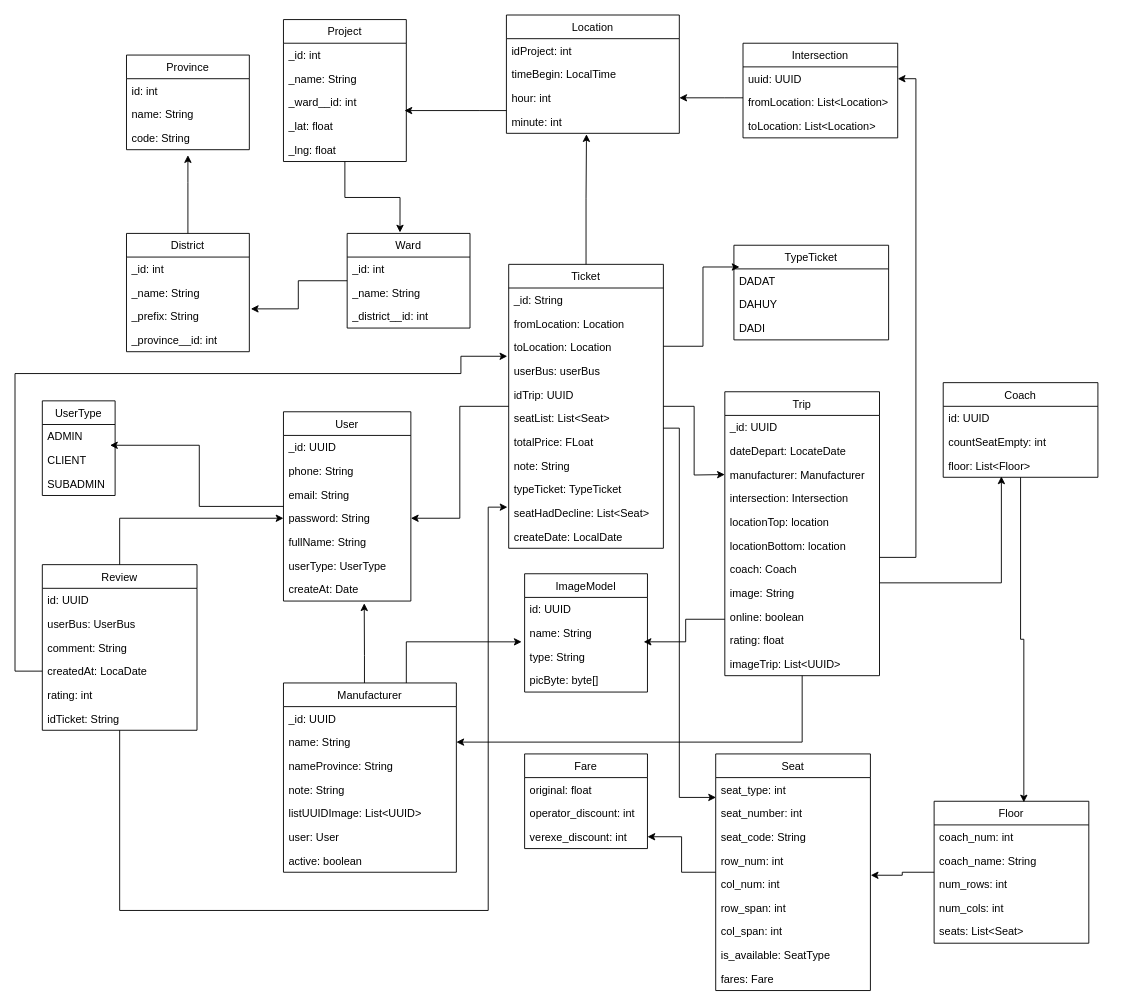
Earlier version of the draw.io diagram Untitled Diagram.drawio (quannguyen1999/manage-disks). Source tidied: cells renumbered, new cells numbered last; positions are measured from the earlier drawing's top-left corner, leaving out a move shared by most shapes. Both pictures are drawn from the tidied source at 91%, with x=0, y=0 at pixel (15, 15).
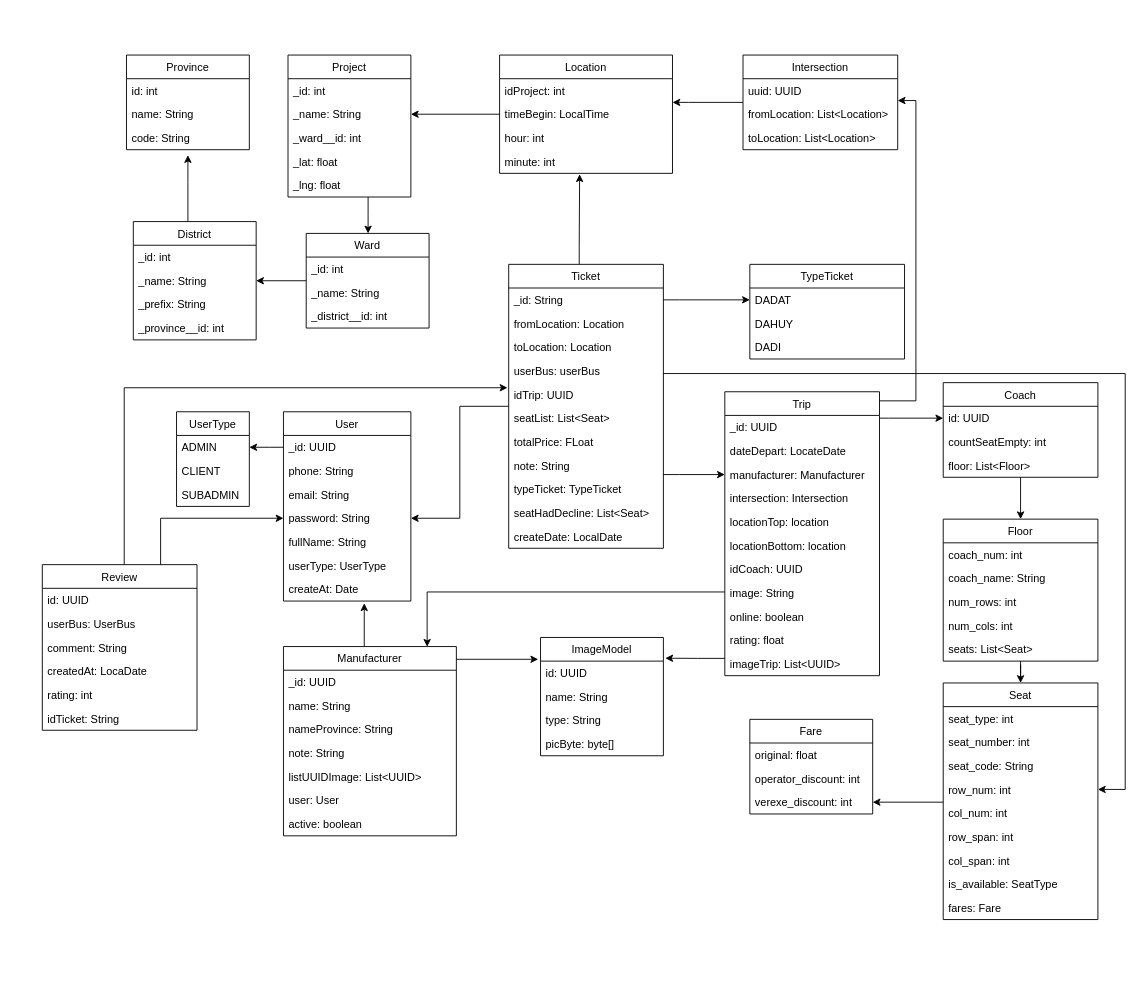
The same page after the edit.

The change refers to these unchanged cells:
```xml
<mxCell id="3" value="ADMIN" style="text;strokeColor=none;fillColor=none;align=left;verticalAlign=top;spacingLeft=4;spacingRight=4;overflow=hidden;points=[[0,0.5],[1,0.5]];portConstraint=eastwest;" parent="2" vertex="1">
<mxCell id="4" value="CLIENT" style="text;strokeColor=none;fillColor=none;align=left;verticalAlign=top;spacingLeft=4;spacingRight=4;overflow=hidden;points=[[0,0.5],[1,0.5]];portConstraint=eastwest;" parent="2" vertex="1">
<mxCell id="7" value="User" style="swimlane;fontStyle=0;horizontal=1;startSize=26;fillColor=none;" parent="1" vertex="1">
<mxCell id="11" value="password: String" style="text;strokeColor=none;fillColor=none;align=left;verticalAlign=top;spacingLeft=4;spacingRight=4;overflow=hidden;points=[[0,0.5],[1,0.5]];portConstraint=eastwest;" parent="7" vertex="1">
<mxCell id="23" value="_name: String" style="text;strokeColor=none;fillColor=none;align=left;verticalAlign=top;spacingLeft=4;spacingRight=4;overflow=hidden;points=[[0,0.5],[1,0.5]];portConstraint=eastwest;" parent="21" vertex="1">
<mxCell id="24" value="_prefix: String" style="text;strokeColor=none;fillColor=none;align=left;verticalAlign=top;spacingLeft=4;spacingRight=4;overflow=hidden;points=[[0,0.5],[1,0.5]];portConstraint=eastwest;" parent="21" vertex="1">
<mxCell id="33" value="_name: String" style="text;strokeColor=none;fillColor=none;align=left;verticalAlign=top;spacingLeft=4;spacingRight=4;overflow=hidden;points=[[0,0.5],[1,0.5]];portConstraint=eastwest;" parent="31" vertex="1">
<mxCell id="35" value="_lat: float" style="text;strokeColor=none;fillColor=none;align=left;verticalAlign=top;spacingLeft=4;spacingRight=4;overflow=hidden;points=[[0,0.5],[1,0.5]];portConstraint=eastwest;" parent="31" vertex="1">
<mxCell id="38" value="id: UUID" style="text;strokeColor=none;fillColor=none;align=left;verticalAlign=top;spacingLeft=4;spacingRight=4;overflow=hidden;points=[[0,0.5],[1,0.5]];portConstraint=eastwest;" parent="37" vertex="1">
<mxCell id="40" value="type: String" style="text;strokeColor=none;fillColor=none;align=left;verticalAlign=top;spacingLeft=4;spacingRight=4;overflow=hidden;points=[[0,0.5],[1,0.5]];portConstraint=eastwest;" parent="37" vertex="1">
<mxCell id="46" value="name: String" style="text;strokeColor=none;fillColor=none;align=left;verticalAlign=top;spacingLeft=4;spacingRight=4;overflow=hidden;points=[[0,0.5],[1,0.5]];portConstraint=eastwest;" parent="44" vertex="1">
<mxCell id="57" value="minute: int" style="text;strokeColor=none;fillColor=none;align=left;verticalAlign=top;spacingLeft=4;spacingRight=4;overflow=hidden;points=[[0,0.5],[1,0.5]];portConstraint=eastwest;" parent="53" vertex="1">
<mxCell id="60" value="uuid: UUID" style="text;strokeColor=none;fillColor=none;align=left;verticalAlign=top;spacingLeft=4;spacingRight=4;overflow=hidden;points=[[0,0.5],[1,0.5]];portConstraint=eastwest;" parent="59" vertex="1">
<mxCell id="61" value="fromLocation: List&lt;Location&gt;" style="text;strokeColor=none;fillColor=none;align=left;verticalAlign=top;spacingLeft=4;spacingRight=4;overflow=hidden;points=[[0,0.5],[1,0.5]];portConstraint=eastwest;" parent="59" vertex="1">
<mxCell id="65" value="seat_type: int" style="text;strokeColor=none;fillColor=none;align=left;verticalAlign=top;spacingLeft=4;spacingRight=4;overflow=hidden;points=[[0,0.5],[1,0.5]];portConstraint=eastwest;" parent="64" vertex="1">
<mxCell id="68" value="row_num: int" style="text;strokeColor=none;fillColor=none;align=left;verticalAlign=top;spacingLeft=4;spacingRight=4;overflow=hidden;points=[[0,0.5],[1,0.5]];portConstraint=eastwest;" parent="64" vertex="1">
<mxCell id="69" value="col_num: int" style="text;strokeColor=none;fillColor=none;align=left;verticalAlign=top;spacingLeft=4;spacingRight=4;overflow=hidden;points=[[0,0.5],[1,0.5]];portConstraint=eastwest;" parent="64" vertex="1">
<mxCell id="85" value="Trip" style="swimlane;fontStyle=0;horizontal=1;startSize=26;fillColor=none;" parent="1" vertex="1">
<mxCell id="98" value="Coach" style="swimlane;fontStyle=0;horizontal=1;startSize=26;fillColor=none;" parent="1" vertex="1">
<mxCell id="99" value="id: UUID" style="text;strokeColor=none;fillColor=none;align=left;verticalAlign=top;spacingLeft=4;spacingRight=4;overflow=hidden;points=[[0,0.5],[1,0.5]];portConstraint=eastwest;" parent="98" vertex="1">
<mxCell id="101" value="floor: List&lt;Floor&gt;" style="text;strokeColor=none;fillColor=none;align=left;verticalAlign=top;spacingLeft=4;spacingRight=4;overflow=hidden;points=[[0,0.5],[1,0.5]];portConstraint=eastwest;" parent="98" vertex="1">
<mxCell id="103" value="DADAT" style="text;strokeColor=none;fillColor=none;align=left;verticalAlign=top;spacingLeft=4;spacingRight=4;overflow=hidden;points=[[0,0.5],[1,0.5]];portConstraint=eastwest;" parent="102" vertex="1">
<mxCell id="111" value="Ticket" style="swimlane;fontStyle=0;horizontal=1;startSize=26;fillColor=none;" parent="1" vertex="1">
<mxCell id="114" value="toLocation: Location" style="text;strokeColor=none;fillColor=none;align=left;verticalAlign=top;spacingLeft=4;spacingRight=4;overflow=hidden;points=[[0,0.5],[1,0.5]];portConstraint=eastwest;" parent="111" vertex="1">
<mxCell id="116" value="idTrip: UUID" style="text;strokeColor=none;fillColor=none;align=left;verticalAlign=top;spacingLeft=4;spacingRight=4;overflow=hidden;points=[[0,0.5],[1,0.5]];portConstraint=eastwest;" parent="111" vertex="1">
<mxCell id="121" value="seatHadDecline: List&lt;Seat&gt;" style="text;strokeColor=none;fillColor=none;align=left;verticalAlign=top;spacingLeft=4;spacingRight=4;overflow=hidden;points=[[0,0.5],[1,0.5]];portConstraint=eastwest;" parent="111" vertex="1">
<mxCell id="126" value="Review" style="swimlane;fontStyle=0;horizontal=1;startSize=26;fillColor=none;" parent="1" vertex="1">
<mxCell id="136" value="verexe_discount: int" style="text;strokeColor=none;fillColor=none;align=left;verticalAlign=top;spacingLeft=4;spacingRight=4;overflow=hidden;points=[[0,0.5],[1,0.5]];portConstraint=eastwest;" parent="133" vertex="1">
```

Diff of the diagram source:
```diff
@@
     <mxCell id="2" value="UserType" style="swimlane;fontStyle=0;horizontal=1;startSize=26;fillColor=none;" parent="1" vertex="1">
-      <mxGeometry x="30" y="424" width="80" height="104" as="geometry" />
+      <mxGeometry x="177.5" y="436" width="80" height="104" as="geometry" />
     </mxCell>
@@
-    <mxCell id="6" style="edgeStyle=orthogonalEdgeStyle;rounded=0;jettySize=auto;html=1;entryX=0.93;entryY=-0.123;entryDx=0;entryDy=0;entryPerimeter=0;" parent="1" edge="1" source="7" target="4">
-      <mxGeometry relative="1" as="geometry" />
-    </mxCell>
+    <mxCell id="137" style="edgeStyle=orthogonalEdgeStyle;rounded=0;jettySize=auto;html=1;entryX=1;entryY=0.5;entryDx=0;entryDy=0;" parent="1" edge="1" source="7" target="3">
+      <mxGeometry relative="1" as="geometry">
+        <Array as="points">
+          <mxPoint x="280" y="475" />
+          <mxPoint x="280" y="475" />
+        </Array>
+      </mxGeometry>
+    </mxCell>
@@
-    <mxCell id="15" style="edgeStyle=orthogonalEdgeStyle;rounded=0;jettySize=auto;html=1;entryX=1.012;entryY=0.19;entryDx=0;entryDy=0;entryPerimeter=0;" parent="1" edge="1" source="16" target="24">
-      <mxGeometry relative="1" as="geometry" />
-    </mxCell>
+    <mxCell id="138" style="edgeStyle=orthogonalEdgeStyle;rounded=0;jettySize=auto;html=1;entryX=1;entryY=0.5;entryDx=0;entryDy=0;" parent="1" edge="1" source="16" target="23">
+      <mxGeometry relative="1" as="geometry" />
+    </mxCell>
     <mxCell id="16" value="Ward" style="swimlane;fontStyle=0;horizontal=1;startSize=26;fillColor=none;" parent="1" vertex="1">
-      <mxGeometry x="365" y="240" width="135" height="104" as="geometry" />
+      <mxGeometry x="320" y="240" width="135" height="104" as="geometry" />
     </mxCell>
@@
     <mxCell id="21" value="District" style="swimlane;fontStyle=0;horizontal=1;startSize=26;fillColor=none;" parent="1" vertex="1">
-      <mxGeometry x="122.5" y="240" width="135" height="130" as="geometry" />
+      <mxGeometry x="130" y="227" width="135" height="130" as="geometry" />
     </mxCell>
@@
-    <mxCell id="30" style="edgeStyle=orthogonalEdgeStyle;rounded=0;jettySize=auto;html=1;entryX=0.43;entryY=-0.01;entryDx=0;entryDy=0;entryPerimeter=0;" parent="1" edge="1" source="31" target="16">
-      <mxGeometry relative="1" as="geometry" />
+    <mxCell id="30" style="edgeStyle=orthogonalEdgeStyle;rounded=0;jettySize=auto;html=1;" parent="1" edge="1" source="31" target="16">
+      <mxGeometry relative="1" as="geometry">
+        <Array as="points">
+          <mxPoint x="388" y="220" />
+          <mxPoint x="388" y="220" />
+        </Array>
+      </mxGeometry>
     </mxCell>
     <mxCell id="31" value="Project" style="swimlane;fontStyle=0;horizontal=1;startSize=26;fillColor=none;" parent="1" vertex="1">
-      <mxGeometry x="295" y="5" width="135" height="156" as="geometry" />
+      <mxGeometry x="300" y="44" width="135" height="156" as="geometry" />
     </mxCell>
@@
     <mxCell id="37" value="ImageModel" style="swimlane;fontStyle=0;horizontal=1;startSize=26;fillColor=none;" parent="1" vertex="1">
-      <mxGeometry x="560" y="614" width="135" height="130" as="geometry" />
+      <mxGeometry x="577.5" y="684" width="135" height="130" as="geometry" />
     </mxCell>
@@
-    <mxCell id="43" style="edgeStyle=orthogonalEdgeStyle;rounded=0;jettySize=auto;html=1;entryX=-0.024;entryY=-0.122;entryDx=0;entryDy=0;entryPerimeter=0;" parent="1" edge="1" source="44" target="40">
-      <mxGeometry relative="1" as="geometry">
-        <Array as="points">
-          <mxPoint x="430" y="689" />
-        </Array>
-      </mxGeometry>
-    </mxCell>
+    <mxCell id="139" style="edgeStyle=orthogonalEdgeStyle;rounded=0;jettySize=auto;html=1;entryX=-0.019;entryY=-0.077;entryDx=0;entryDy=0;entryPerimeter=0;" parent="1" edge="1" source="44" target="38">
+      <mxGeometry relative="1" as="geometry">
+        <Array as="points">
+          <mxPoint x="500" y="708" />
+          <mxPoint x="500" y="708" />
+        </Array>
+      </mxGeometry>
+    </mxCell>
     <mxCell id="44" value="Manufacturer" style="swimlane;fontStyle=0;horizontal=1;startSize=26;fillColor=none;" parent="1" vertex="1">
-      <mxGeometry x="295" y="734" width="190" height="208" as="geometry" />
+      <mxGeometry x="295" y="694" width="190" height="208" as="geometry" />
     </mxCell>
@@
-    <mxCell id="52" style="edgeStyle=orthogonalEdgeStyle;rounded=0;jettySize=auto;html=1;entryX=0.985;entryY=-0.154;entryDx=0;entryDy=0;entryPerimeter=0;" parent="1" edge="1" source="53" target="35">
-      <mxGeometry relative="1" as="geometry">
-        <Array as="points">
-          <mxPoint x="510" y="105" />
-          <mxPoint x="510" y="105" />
-        </Array>
-      </mxGeometry>
-    </mxCell>
+    <mxCell id="140" style="edgeStyle=orthogonalEdgeStyle;rounded=0;jettySize=auto;html=1;entryX=1;entryY=0.5;entryDx=0;entryDy=0;" parent="1" edge="1" source="53" target="33">
+      <mxGeometry relative="1" as="geometry" />
+    </mxCell>
     <mxCell id="53" value="Location" style="swimlane;fontStyle=0;horizontal=1;startSize=26;fillColor=none;" parent="1" vertex="1">
-      <mxGeometry x="540" width="190" height="130" as="geometry" />
+      <mxGeometry x="532.5" y="44" width="190" height="130" as="geometry" />
     </mxCell>
@@
-    <mxCell id="58" style="edgeStyle=orthogonalEdgeStyle;rounded=0;jettySize=auto;html=1;entryX=1;entryY=0.5;entryDx=0;entryDy=0;" parent="1" edge="1" source="59">
-      <mxGeometry relative="1" as="geometry">
-        <mxPoint x="730" y="91" as="targetPoint" />
-        <Array as="points">
-          <mxPoint x="780" y="91" />
-          <mxPoint x="780" y="91" />
-        </Array>
-      </mxGeometry>
-    </mxCell>
+    <mxCell id="141" style="edgeStyle=orthogonalEdgeStyle;rounded=0;jettySize=auto;html=1;" parent="1" edge="1" source="59" target="53">
+      <mxGeometry relative="1" as="geometry">
+        <Array as="points">
+          <mxPoint x="740" y="96" />
+          <mxPoint x="740" y="96" />
+        </Array>
+      </mxGeometry>
+    </mxCell>
     <mxCell id="59" value="Intersection" style="swimlane;fontStyle=0;horizontal=1;startSize=26;fillColor=none;" parent="1" vertex="1">
-      <mxGeometry x="800" y="31" width="170" height="104" as="geometry" />
+      <mxGeometry x="800" y="44" width="170" height="104" as="geometry" />
     </mxCell>
@@
     <mxCell id="63" style="edgeStyle=orthogonalEdgeStyle;rounded=0;jettySize=auto;html=1;entryX=1;entryY=0.5;entryDx=0;entryDy=0;" parent="1" edge="1" source="64" target="136">
-      <mxGeometry relative="1" as="geometry" />
+      <mxGeometry relative="1" as="geometry">
+        <Array as="points">
+          <mxPoint x="1000" y="865" />
+          <mxPoint x="1000" y="865" />
+        </Array>
+      </mxGeometry>
     </mxCell>
     <mxCell id="64" value="Seat" style="swimlane;fontStyle=0;horizontal=1;startSize=26;fillColor=none;" parent="1" vertex="1">
-      <mxGeometry x="770" y="812" width="170" height="260" as="geometry" />
+      <mxGeometry x="1020" y="734" width="170" height="260" as="geometry" />
     </mxCell>
@@
-    <mxCell id="74" style="edgeStyle=orthogonalEdgeStyle;rounded=0;jettySize=auto;html=1;entryX=1.002;entryY=0.127;entryDx=0;entryDy=0;entryPerimeter=0;" parent="1" edge="1" source="75" target="69">
-      <mxGeometry relative="1" as="geometry">
-        <Array as="points">
-          <mxPoint x="975" y="942" />
-          <mxPoint x="975" y="945" />
-        </Array>
-      </mxGeometry>
-    </mxCell>
+    <mxCell id="142" style="edgeStyle=orthogonalEdgeStyle;rounded=0;jettySize=auto;html=1;entryX=0.5;entryY=0;entryDx=0;entryDy=0;" parent="1" edge="1" source="75" target="64">
+      <mxGeometry relative="1" as="geometry" />
+    </mxCell>
     <mxCell id="75" value="Floor" style="swimlane;fontStyle=0;horizontal=1;startSize=26;fillColor=none;" parent="1" vertex="1">
-      <mxGeometry x="1010" y="864" width="170" height="156" as="geometry" />
+      <mxGeometry x="1020" y="554" width="170" height="156" as="geometry" />
     </mxCell>
@@
-    <mxCell id="81" style="edgeStyle=orthogonalEdgeStyle;rounded=0;jettySize=auto;html=1;entryX=0.969;entryY=-0.122;entryDx=0;entryDy=0;entryPerimeter=0;" parent="1" edge="1" source="85" target="40">
-      <mxGeometry relative="1" as="geometry">
-        <Array as="points">
-          <mxPoint x="737" y="664" />
-          <mxPoint x="737" y="689" />
-        </Array>
-      </mxGeometry>
-    </mxCell>
-    <mxCell id="82" style="edgeStyle=orthogonalEdgeStyle;rounded=0;jettySize=auto;html=1;entryX=1;entryY=0.5;entryDx=0;entryDy=0;" parent="1" edge="1" source="85" target="60">
-      <mxGeometry relative="1" as="geometry">
-        <Array as="points">
-          <mxPoint x="990" y="596" />
-          <mxPoint x="990" y="70" />
-        </Array>
-      </mxGeometry>
-    </mxCell>
-    <mxCell id="83" style="edgeStyle=orthogonalEdgeStyle;rounded=0;jettySize=auto;html=1;entryX=0.376;entryY=0.962;entryDx=0;entryDy=0;entryPerimeter=0;" parent="1" edge="1" source="85" target="101">
-      <mxGeometry relative="1" as="geometry">
-        <Array as="points">
-          <mxPoint x="1084" y="624" />
-        </Array>
-      </mxGeometry>
-    </mxCell>
-    <mxCell id="84" style="edgeStyle=orthogonalEdgeStyle;rounded=0;jettySize=auto;html=1;entryX=1;entryY=0.5;entryDx=0;entryDy=0;" parent="1" edge="1" source="85" target="46">
-      <mxGeometry relative="1" as="geometry" />
-    </mxCell>
+    <mxCell id="143" style="edgeStyle=orthogonalEdgeStyle;rounded=0;jettySize=auto;html=1;entryX=0;entryY=0.5;entryDx=0;entryDy=0;" parent="1" edge="1" source="85" target="99">
+      <mxGeometry relative="1" as="geometry">
+        <Array as="points">
+          <mxPoint x="960" y="443" />
+          <mxPoint x="960" y="443" />
+        </Array>
+      </mxGeometry>
+    </mxCell>
+    <mxCell id="144" style="edgeStyle=orthogonalEdgeStyle;rounded=0;jettySize=auto;html=1;entryX=1.016;entryY=-0.123;entryDx=0;entryDy=0;entryPerimeter=0;" parent="1" edge="1" source="85" target="38">
+      <mxGeometry relative="1" as="geometry">
+        <Array as="points">
+          <mxPoint x="750" y="707" />
+          <mxPoint x="750" y="707" />
+        </Array>
+      </mxGeometry>
+    </mxCell>
+    <mxCell id="145" style="edgeStyle=orthogonalEdgeStyle;rounded=0;jettySize=auto;html=1;entryX=0.831;entryY=0.001;entryDx=0;entryDy=0;entryPerimeter=0;" parent="1" edge="1" source="85" target="44">
+      <mxGeometry relative="1" as="geometry">
+        <Array as="points">
+          <mxPoint x="453" y="634" />
+        </Array>
+      </mxGeometry>
+    </mxCell>
+    <mxCell id="146" style="edgeStyle=orthogonalEdgeStyle;rounded=0;jettySize=auto;html=1;entryX=1;entryY=-0.077;entryDx=0;entryDy=0;entryPerimeter=0;" parent="1" edge="1" source="85" target="61">
+      <mxGeometry relative="1" as="geometry">
+        <Array as="points">
+          <mxPoint x="990" y="424" />
+          <mxPoint x="990" y="94" />
+        </Array>
+      </mxGeometry>
+    </mxCell>
@@
-    <mxCell id="92" value="coach: Coach" style="text;strokeColor=none;fillColor=none;align=left;verticalAlign=top;spacingLeft=4;spacingRight=4;overflow=hidden;" parent="85" vertex="1">
+    <mxCell id="92" value="idCoach: UUID" style="text;strokeColor=none;fillColor=none;align=left;verticalAlign=top;spacingLeft=4;spacingRight=4;overflow=hidden;" parent="85" vertex="1">
       <mxGeometry y="182" width="170" height="26" as="geometry" />
     </mxCell>
@@
-    <mxCell id="97" style="edgeStyle=orthogonalEdgeStyle;rounded=0;jettySize=auto;html=1;entryX=0.58;entryY=0.008;entryDx=0;entryDy=0;entryPerimeter=0;" parent="1" edge="1" source="98" target="75">
-      <mxGeometry relative="1" as="geometry">
-        <Array as="points">
-          <mxPoint x="1105" y="686" />
-          <mxPoint x="1109" y="686" />
-        </Array>
-      </mxGeometry>
+    <mxCell id="97" style="edgeStyle=orthogonalEdgeStyle;rounded=0;jettySize=auto;html=1;entryX=0.5;entryY=0;entryDx=0;entryDy=0;" parent="1" edge="1" source="98" target="75">
+      <mxGeometry relative="1" as="geometry" />
     </mxCell>
@@
     <mxCell id="102" value="TypeTicket" style="swimlane;fontStyle=0;horizontal=1;startSize=26;fillColor=none;" parent="1" vertex="1">
-      <mxGeometry x="790" y="253" width="170" height="104" as="geometry" />
+      <mxGeometry x="807.5" y="274" width="170" height="104" as="geometry" />
     </mxCell>
@@
     <mxCell id="107" style="edgeStyle=orthogonalEdgeStyle;rounded=0;jettySize=auto;html=1;entryX=0;entryY=0.5;entryDx=0;entryDy=0;" parent="1" edge="1" source="111">
       <mxGeometry relative="1" as="geometry">
         <mxPoint x="780" y="505" as="targetPoint" />
+        <Array as="points">
+          <mxPoint x="730" y="505" />
+          <mxPoint x="730" y="505" />
+        </Array>
       </mxGeometry>
     </mxCell>
+    <mxCell id="109" style="edgeStyle=orthogonalEdgeStyle;rounded=0;jettySize=auto;html=1;entryX=0.463;entryY=1.038;entryDx=0;entryDy=0;entryPerimeter=0;" parent="1" edge="1" source="111" target="57">
+      <mxGeometry relative="1" as="geometry">
+        <Array as="points">
+          <mxPoint x="620" y="254" />
+          <mxPoint x="620" y="254" />
+        </Array>
+      </mxGeometry>
+    </mxCell>
+    <mxCell id="147" style="edgeStyle=orthogonalEdgeStyle;rounded=0;jettySize=auto;html=1;entryX=1;entryY=0.5;entryDx=0;entryDy=0;" parent="1" edge="1" source="111" target="68">
+      <mxGeometry relative="1" as="geometry">
+        <Array as="points">
+          <mxPoint x="1220" y="394" />
+          <mxPoint x="1220" y="851" />
+        </Array>
+      </mxGeometry>
+    </mxCell>
-    <mxCell id="108" style="edgeStyle=orthogonalEdgeStyle;rounded=0;jettySize=auto;html=1;entryX=0.036;entryY=-0.081;entryDx=0;entryDy=0;entryPerimeter=0;" parent="1" edge="1" source="111" target="103">
+    <mxCell id="108" style="edgeStyle=orthogonalEdgeStyle;rounded=0;jettySize=auto;html=1;entryX=0;entryY=0.5;entryDx=0;entryDy=0;" parent="1" edge="1" source="111" target="103">
       <mxGeometry relative="1" as="geometry">
         <Array as="points">
-          <mxPoint x="756" y="364" />
-          <mxPoint x="756" y="277" />
+          <mxPoint x="730" y="313" />
+          <mxPoint x="730" y="313" />
         </Array>
       </mxGeometry>
     </mxCell>
-    <mxCell id="109" style="edgeStyle=orthogonalEdgeStyle;rounded=0;jettySize=auto;html=1;entryX=0.463;entryY=1.038;entryDx=0;entryDy=0;entryPerimeter=0;" parent="1" edge="1" source="111" target="57">
-      <mxGeometry relative="1" as="geometry" />
-    </mxCell>
-    <mxCell id="110" style="edgeStyle=orthogonalEdgeStyle;rounded=0;jettySize=auto;html=1;entryX=0.002;entryY=0.838;entryDx=0;entryDy=0;entryPerimeter=0;" parent="1" edge="1" source="111" target="65">
-      <mxGeometry relative="1" as="geometry">
-        <Array as="points">
-          <mxPoint x="730" y="454" />
-          <mxPoint x="730" y="860" />
-        </Array>
-      </mxGeometry>
-    </mxCell>
@@
     <mxCell id="123" style="edgeStyle=orthogonalEdgeStyle;rounded=0;jettySize=auto;html=1;entryX=0;entryY=0.5;entryDx=0;entryDy=0;" parent="1" edge="1" source="126" target="11">
-      <mxGeometry relative="1" as="geometry" />
+      <mxGeometry relative="1" as="geometry">
+        <Array as="points">
+          <mxPoint x="160" y="553" />
+        </Array>
+      </mxGeometry>
     </mxCell>
-    <mxCell id="124" style="edgeStyle=orthogonalEdgeStyle;rounded=0;jettySize=auto;html=1;entryX=-0.009;entryY=0.885;entryDx=0;entryDy=0;entryPerimeter=0;" parent="1" edge="1" source="126" target="114">
-      <mxGeometry relative="1" as="geometry">
-        <Array as="points">
-          <mxPoint y="721" />
-          <mxPoint y="394" />
-          <mxPoint x="490" y="394" />
-          <mxPoint x="490" y="375" />
-        </Array>
-      </mxGeometry>
-    </mxCell>
-    <mxCell id="125" style="edgeStyle=orthogonalEdgeStyle;rounded=0;jettySize=auto;html=1;entryX=-0.008;entryY=0.262;entryDx=0;entryDy=0;entryPerimeter=0;" parent="1" edge="1" source="126" target="121">
-      <mxGeometry relative="1" as="geometry">
-        <Array as="points">
-          <mxPoint x="115" y="984" />
-          <mxPoint x="520" y="984" />
-          <mxPoint x="520" y="541" />
-        </Array>
-      </mxGeometry>
-    </mxCell>
+    <mxCell id="148" style="edgeStyle=orthogonalEdgeStyle;rounded=0;jettySize=auto;html=1;entryX=-0.008;entryY=0.215;entryDx=0;entryDy=0;entryPerimeter=0;" parent="1" edge="1" source="126" target="116">
+      <mxGeometry relative="1" as="geometry">
+        <Array as="points">
+          <mxPoint x="120" y="410" />
+        </Array>
+      </mxGeometry>
+    </mxCell>
@@
     <mxCell id="133" value="Fare" style="swimlane;fontStyle=0;horizontal=1;startSize=26;fillColor=none;" parent="1" vertex="1">
-      <mxGeometry x="560" y="812" width="135" height="104" as="geometry" />
+      <mxGeometry x="807.5" y="774" width="135" height="104" as="geometry" />
     </mxCell>
```
